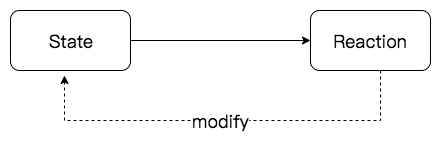
Before: mobx-model-sample.png, a diagram exported from draw.io (whinc/pic-bed). Source tidied: cells renumbered, new cells last; positions are measured from the earlier drawing's top-left corner, leaving out a move shared by most shapes. Source of this version:
```xml
<mxGraphModel>
  <root>
    <mxCell id="0" />
    <mxCell id="1" parent="0" />
    <mxCell id="2" style="edgeStyle=orthogonalEdgeStyle;rounded=0;jettySize=auto;html=1;exitX=1;exitY=0.5;exitDx=0;exitDy=0;fontFamily=Lucida Console;fontSize=18;" parent="1" edge="1" source="3" target="6">
      <mxGeometry relative="1" as="geometry" />
    </mxCell>
    <mxCell id="3" value="State" style="rounded=1;whiteSpace=wrap;html=1;fontFamily=Lucida Console;fontSize=18;" parent="1" vertex="1">
      <mxGeometry width="120" height="60" as="geometry" />
    </mxCell>
    <mxCell id="4" style="edgeStyle=orthogonalEdgeStyle;rounded=0;jettySize=auto;html=1;entryX=0.45;entryY=1.083;entryDx=0;entryDy=0;entryPerimeter=0;fontFamily=Lucida Console;fontSize=18;dashed=1;" parent="1" edge="1" source="6" target="3">
      <mxGeometry relative="1" as="geometry">
        <Array as="points">
          <mxPoint x="370" y="110" />
          <mxPoint x="54" y="110" />
        </Array>
      </mxGeometry>
    </mxCell>
    <mxCell id="5" value="modify" style="text;html=1;align=center;verticalAlign=middle;labelBackgroundColor=#ffffff;fontSize=18;fontFamily=Lucida Console;" parent="4" vertex="1">
      <mxGeometry x="-0.12" y="2" relative="1" as="geometry">
        <mxPoint x="-30" y="-2" as="offset" />
      </mxGeometry>
    </mxCell>
    <mxCell id="6" value="Reaction" style="rounded=1;whiteSpace=wrap;html=1;fontFamily=Lucida Console;fontSize=18;" parent="1" vertex="1">
      <mxGeometry x="300" width="120" height="60" as="geometry" />
    </mxCell>
  </root>
</mxGraphModel>
```
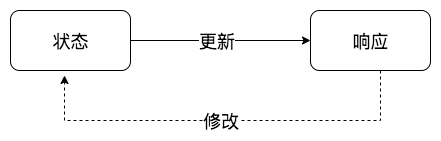
Above is the later version.

Diff of the diagram source:
```diff
@@ -2,27 +2,30 @@
   <root>
     <mxCell id="0" />
     <mxCell id="1" parent="0" />
-    <mxCell id="2" style="edgeStyle=orthogonalEdgeStyle;rounded=0;jettySize=auto;html=1;exitX=1;exitY=0.5;exitDx=0;exitDy=0;fontFamily=Lucida Console;fontSize=18;" parent="1" edge="1" source="3" target="6">
+    <mxCell id="2" style="edgeStyle=orthogonalEdgeStyle;rounded=0;jettySize=auto;html=1;exitX=1;exitY=0.5;exitDx=0;exitDy=0;fontFamily=Lucida Console;fontSize=18;" parent="1" edge="1" source="4" target="7">
       <mxGeometry relative="1" as="geometry" />
     </mxCell>
-    <mxCell id="3" value="State" style="rounded=1;whiteSpace=wrap;html=1;fontFamily=Lucida Console;fontSize=18;" parent="1" vertex="1">
-      <mxGeometry width="120" height="60" as="geometry" />
+    <mxCell id="3" value="更新" style="text;html=1;points=[];align=center;verticalAlign=middle;labelBackgroundColor=#ffffff;fontSize=18;fontFamily=Lucida Console;" parent="2" vertex="1">
+      <mxGeometry x="-0.04" relative="1" as="geometry" />
     </mxCell>
-    <mxCell id="4" style="edgeStyle=orthogonalEdgeStyle;rounded=0;jettySize=auto;html=1;entryX=0.45;entryY=1.083;entryDx=0;entryDy=0;entryPerimeter=0;fontFamily=Lucida Console;fontSize=18;dashed=1;" parent="1" edge="1" source="6" target="3">
-      <mxGeometry relative="1" as="geometry">
-        <Array as="points">
-          <mxPoint x="370" y="110" />
-          <mxPoint x="54" y="110" />
-        </Array>
-      </mxGeometry>
+    <mxCell id="4" value="状态" style="rounded=1;whiteSpace=wrap;html=1;fontFamily=Lucida Console;fontSize=18;" parent="1" vertex="1">
+      <mxGeometry width="120" height="60" as="geometry" />
     </mxCell>
-    <mxCell id="5" value="modify" style="text;html=1;align=center;verticalAlign=middle;labelBackgroundColor=#ffffff;fontSize=18;fontFamily=Lucida Console;" parent="4" vertex="1">
-      <mxGeometry x="-0.12" y="2" relative="1" as="geometry">
-        <mxPoint x="-30" y="-2" as="offset" />
+    <mxCell id="5" style="edgeStyle=orthogonalEdgeStyle;rounded=0;jettySize=auto;html=1;entryX=0.45;entryY=1.083;entryDx=0;entryDy=0;entryPerimeter=0;fontFamily=Lucida Console;fontSize=18;dashed=1;" parent="1" edge="1" source="7" target="4">
+      <mxGeometry relative="1" as="geometry">
+        <Array as="points">
+          <mxPoint x="370" y="110" />
+          <mxPoint x="54" y="110" />
+        </Array>
       </mxGeometry>
     </mxCell>
-    <mxCell id="6" value="Reaction" style="rounded=1;whiteSpace=wrap;html=1;fontFamily=Lucida Console;fontSize=18;" parent="1" vertex="1">
-      <mxGeometry x="300" width="120" height="60" as="geometry" />
+    <mxCell id="6" value="修改" style="text;html=1;points=[];align=center;verticalAlign=middle;labelBackgroundColor=#ffffff;fontSize=18;fontFamily=Lucida Console;" parent="5" vertex="1">
+      <mxGeometry x="-0.12" y="2" relative="1" as="geometry">
+        <mxPoint x="-30" y="-2" as="offset" />
+      </mxGeometry>
     </mxCell>
+    <mxCell id="7" value="响应" style="rounded=1;whiteSpace=wrap;html=1;fontFamily=Lucida Console;fontSize=18;" parent="1" vertex="1">
+      <mxGeometry x="300" width="120" height="60" as="geometry" />
+    </mxCell>
   </root>
 </mxGraphModel>
```
